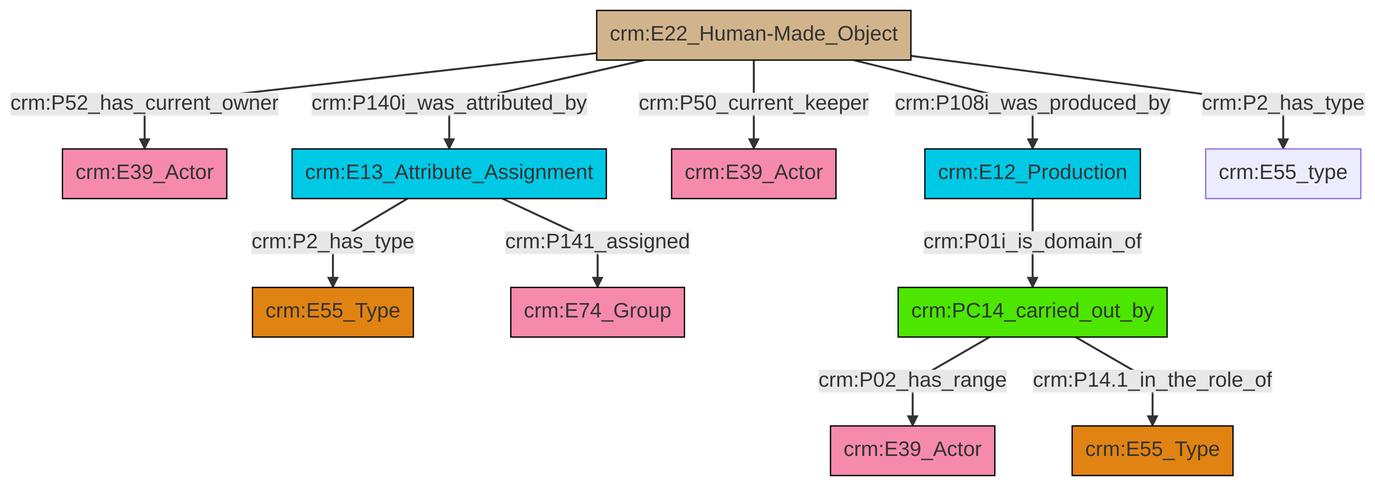
The Mermaid diagram et/artworkCSV/ttl/mmd/png/Artwork_Actor_Relations.png in swiss-art-research-net/reference-data-models, before a commit. Its source is kept beside it as et/artworkCSV/ttl/mmd/Artwork_Actor_Relations.ttl.mmd.
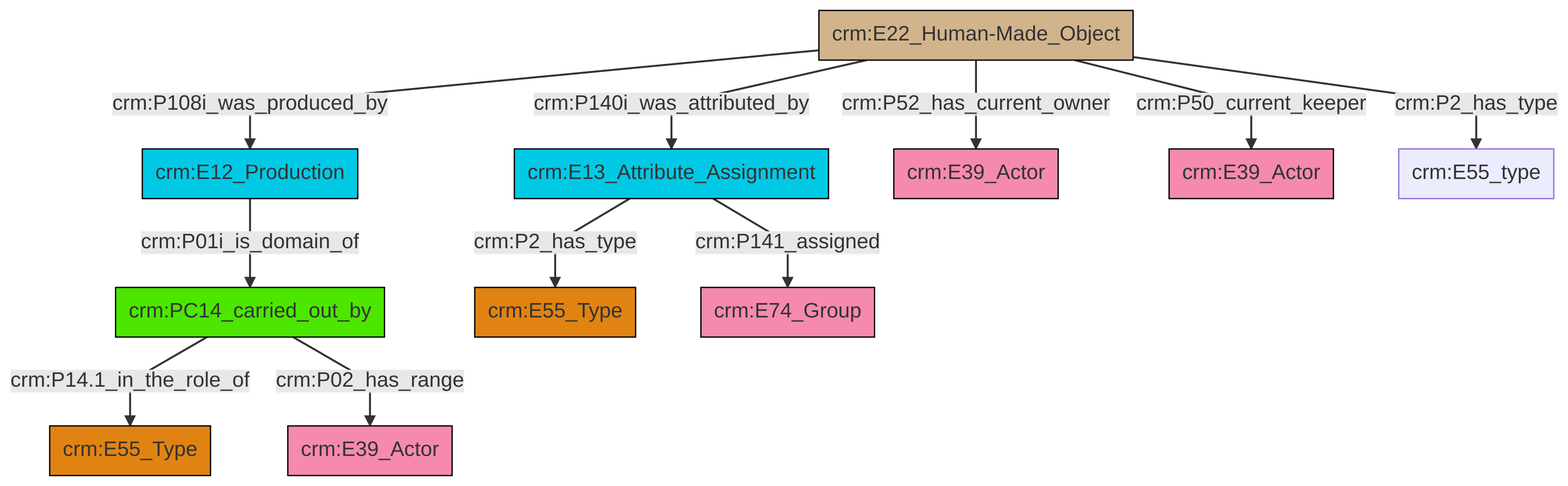
The same file after the commit.

What changed in the source:
```diff
@@ -13,13 +13,13 @@
 classDef PC_Classes fill:#4ce600, stroke:#000000;
 classDef Multi fill:#cccccc,stroke:#000000;
 
+0["crm:E22_Human-Made_Object"]:::Physical_Thing -->|crm:P108i_was_produced_by| 1["crm:E12_Production"]:::Temporal_Entity
 0["crm:E22_Human-Made_Object"]:::Physical_Thing -->|crm:P140i_was_attributed_by| 4["crm:E13_Attribute_Assignment"]:::Temporal_Entity
-4["crm:E13_Attribute_Assignment"]:::Temporal_Entity -->|crm:P2_has_type| 7["crm:E55_Type"]:::Type
-0["crm:E22_Human-Made_Object"]:::Physical_Thing -->|crm:P50_current_keeper| 5["crm:E39_Actor"]:::Actor
-0["crm:E22_Human-Made_Object"]:::Physical_Thing -->|crm:P108i_was_produced_by| 11["crm:E12_Production"]:::Temporal_Entity
-0["crm:E22_Human-Made_Object"]:::Physical_Thing -->|crm:P2_has_type| 13["crm:E55_type"]:::Default
-17["crm:PC14_carried_out_by"]:::PC_Classes -->|crm:P02_has_range| 14["crm:E39_Actor"]:::Actor
-4["crm:E13_Attribute_Assignment"]:::Temporal_Entity -->|crm:P141_assigned| 9["crm:E74_Group"]:::Actor
-17["crm:PC14_carried_out_by"]:::PC_Classes -->|crm:P14.1_in_the_role_of| 18["crm:E55_Type"]:::Type
-11["crm:E12_Production"]:::Temporal_Entity -->|crm:P01i_is_domain_of| 17["crm:PC14_carried_out_by"]:::PC_Classes
-0["crm:E22_Human-Made_Object"]:::Physical_Thing -->|crm:P52_has_current_owner| 2["crm:E39_Actor"]:::Actor
+2["crm:PC14_carried_out_by"]:::PC_Classes -->|crm:P14.1_in_the_role_of| 10["crm:E55_Type"]:::Type
+0["crm:E22_Human-Made_Object"]:::Physical_Thing -->|crm:P50_current_keeper| 13["crm:E39_Actor"]:::Actor
+0["crm:E22_Human-Made_Object"]:::Physical_Thing -->|crm:P52_has_current_owner| 7["crm:E39_Actor"]:::Actor
+2["crm:PC14_carried_out_by"]:::PC_Classes -->|crm:P02_has_range| 5["crm:E39_Actor"]:::Actor
+4["crm:E13_Attribute_Assignment"]:::Temporal_Entity -->|crm:P2_has_type| 11["crm:E55_Type"]:::Type
+0["crm:E22_Human-Made_Object"]:::Physical_Thing -->|crm:P2_has_type| 20["crm:E55_type"]:::Default
+4["crm:E13_Attribute_Assignment"]:::Temporal_Entity -->|crm:P141_assigned| 17["crm:E74_Group"]:::Actor
+1["crm:E12_Production"]:::Temporal_Entity -->|crm:P01i_is_domain_of| 2["crm:PC14_carried_out_by"]:::PC_Classes
```
